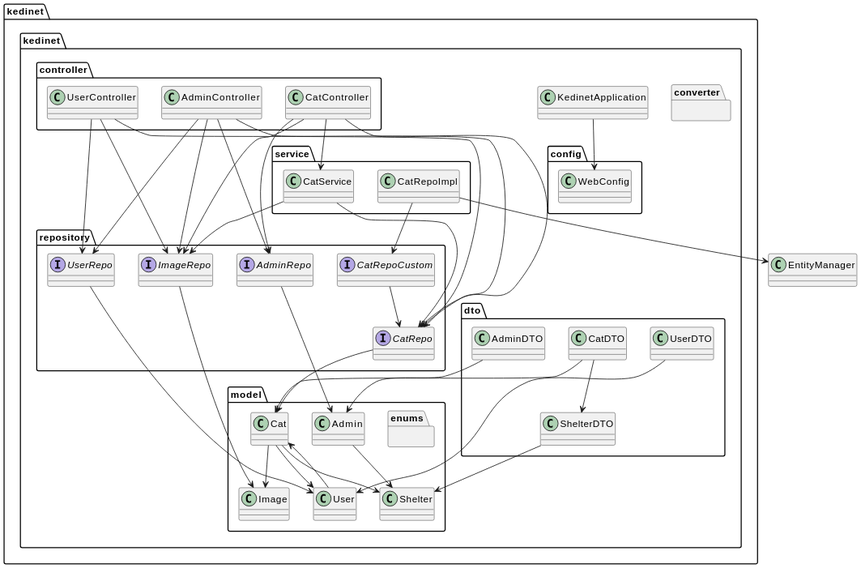
Earlier version of the PlantUML export diagrams/MoreCoarseGrainedDiagram.svg (lenalarissa/kedinet). Its diagram source:
```plantuml
@startuml
package kedinet.kedinet {
    class KedinetApplication
}

package kedinet.kedinet.config {
    class WebConfig
}

package kedinet.kedinet.controller {
    class AdminController
    class CatController
    class UserController
}

package kedinet.kedinet.converter {
}

package kedinet.kedinet.dto {
    class AdminDTO
    class CatDTO
    class ShelterDTO
    class UserDTO
}

package kedinet.kedinet.model {
    class Admin
    class Cat
    class Image
    class Shelter
    class User
}

package kedinet.kedinet.model.enums {
}

package kedinet.kedinet.repository {
    interface AdminRepo
    interface CatRepo
    interface CatRepoCustom
    interface ImageRepo
    interface UserRepo
}

package kedinet.kedinet.service {
    class CatRepoImpl
    class CatService
}

KedinetApplication --> WebConfig

AdminController --> AdminRepo
AdminController --> CatRepo
AdminController --> ImageRepo
AdminController --> UserRepo

CatController --> CatService
CatController --> CatRepo
CatController --> ImageRepo
CatController --> AdminRepo

UserController --> UserRepo
UserController --> CatRepo
UserController --> ImageRepo

CatRepoImpl --> EntityManager
CatService --> CatRepo
CatService --> ImageRepo

Admin --> Shelter
Cat --> Shelter
Cat --> Image
Cat --> User
User --> Cat

AdminRepo --> Admin
CatRepo --> Cat
CatRepoCustom --> CatRepo
ImageRepo --> Image
UserRepo --> User
CatRepoImpl --> CatRepoCustom

AdminDTO --> Admin
CatDTO --> Cat
CatDTO --> ShelterDTO
ShelterDTO --> Shelter
UserDTO --> User
@enduml
```
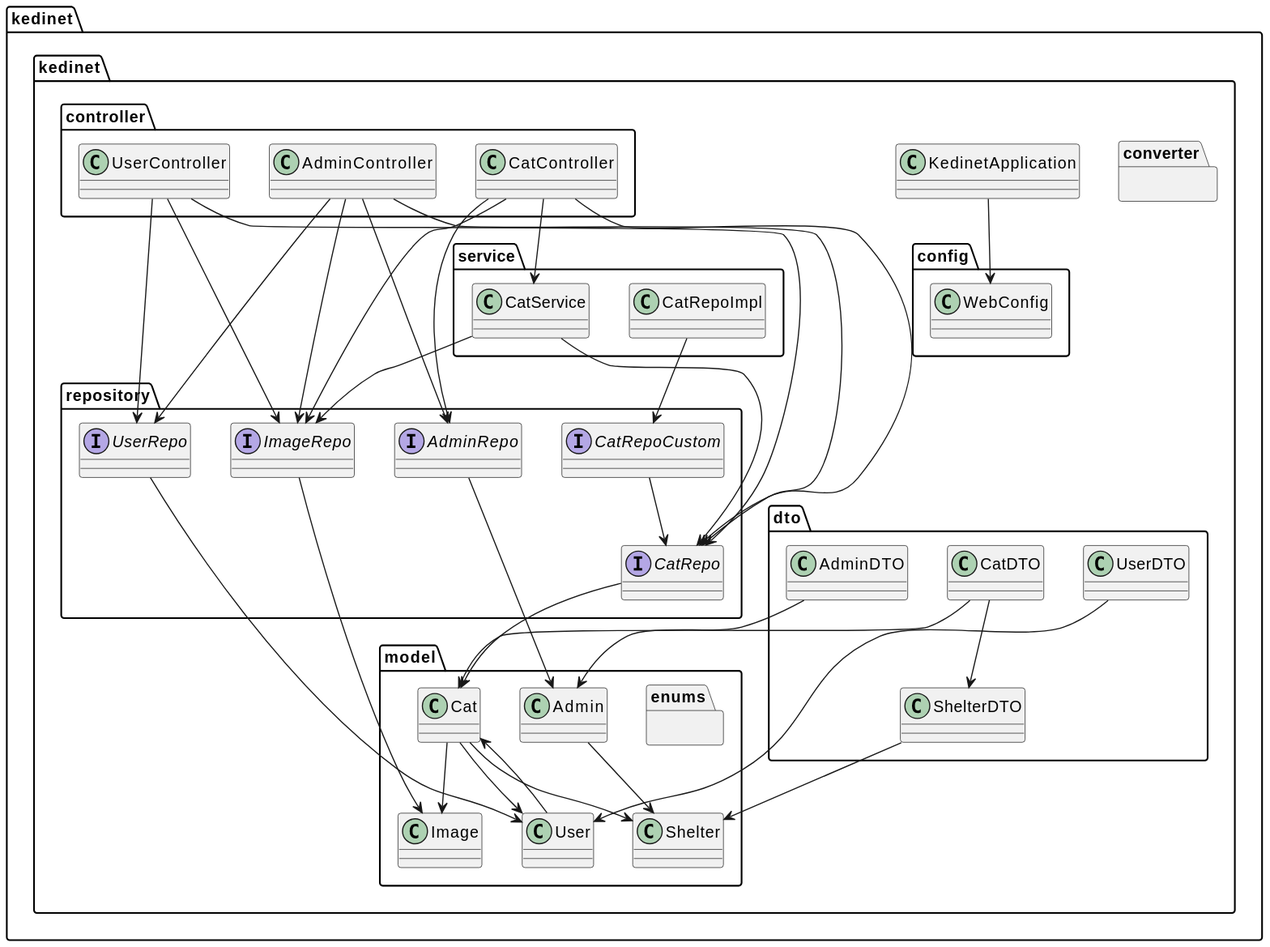
Later version of the same file.

What changed in the source:
```diff
@@ -63,7 +63,6 @@
 UserController --> CatRepo
 UserController --> ImageRepo
 
-CatRepoImpl --> EntityManager
 CatService --> CatRepo
 CatService --> ImageRepo
 
```
